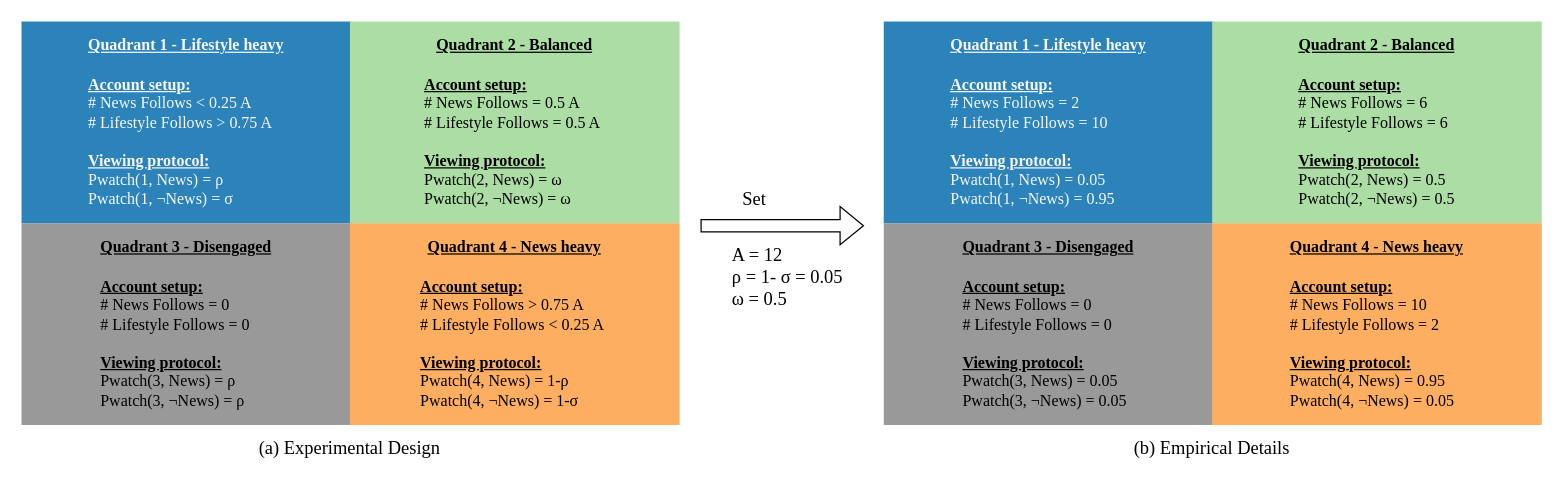
This is square_quads.drawio from changgge/changgge, a draw.io file, before an edit. Source tidied: cells renumbered, new cells numbered last; positions are measured from the earlier drawing's top-left corner, leaving out a move shared by most shapes. Both pictures are drawn from the tidied source at 123%, with x=0, y=0 at pixel (21, 21).
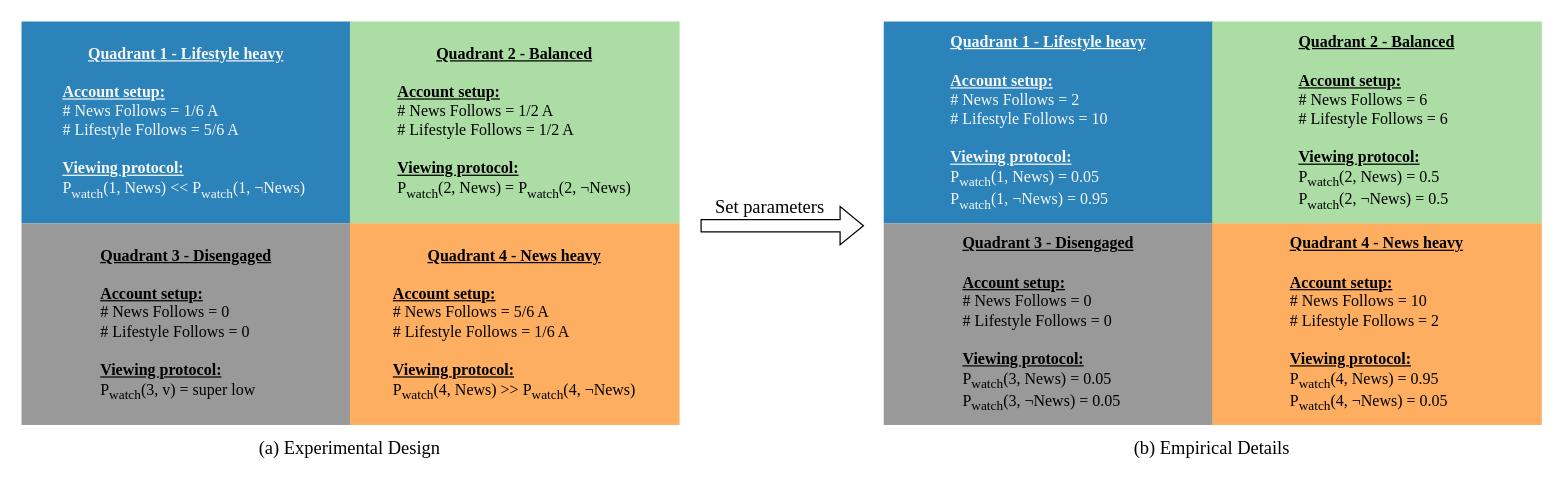
After the change.

Diff of the diagram source:
```diff
@@
 <mxGraphModel>
   <root>
     <mxCell id="0" />
     <mxCell id="1" parent="0" />
-    <mxCell id="2" value="&lt;u&gt;&lt;b&gt;Quadrant 1 - Lifestyle heavy&lt;/b&gt;&lt;/u&gt;&lt;div&gt;&lt;u&gt;&lt;br&gt;&lt;/u&gt;&lt;/div&gt;&lt;div&gt;&lt;div style=&quot;text-align: left;&quot;&gt;&lt;u&gt;&lt;b&gt;Account setup:&lt;/b&gt;&lt;/u&gt;&lt;/div&gt;&lt;div style=&quot;text-align: left;&quot;&gt;# News Follows &amp;lt; 0.25 A&lt;/div&gt;&lt;div&gt;&lt;div style=&quot;text-align: left;&quot;&gt;# Lifestyle Follows &amp;gt; 0.75 A&lt;/div&gt;&lt;div style=&quot;text-align: left;&quot;&gt;&lt;br&gt;&lt;/div&gt;&lt;div style=&quot;text-align: left;&quot;&gt;&lt;u&gt;&lt;b&gt;Viewing protocol:&lt;/b&gt;&lt;/u&gt;&lt;/div&gt;&lt;div style=&quot;text-align: left;&quot;&gt;Pwatch(1, News) =&amp;nbsp;ρ&lt;br&gt;&lt;/div&gt;&lt;/div&gt;&lt;div style=&quot;text-align: left;&quot;&gt;Pwatch(1,&amp;nbsp;&lt;span&gt;¬&lt;/span&gt;News) =&amp;nbsp;&lt;span&gt;σ&lt;/span&gt;&lt;/div&gt;&lt;/div&gt;" style="rounded=0;whiteSpace=wrap;html=1;fillColor=#2B83BA;strokeColor=none;fontColor=#F7F7F7;fontFamily=Times New Roman;fontSize=13;" parent="1" vertex="1">
+    <mxCell id="2" value="&lt;u&gt;&lt;b&gt;Quadrant 1 - Lifestyle heavy&lt;/b&gt;&lt;/u&gt;&lt;div&gt;&lt;u&gt;&lt;br&gt;&lt;/u&gt;&lt;/div&gt;&lt;div&gt;&lt;div style=&quot;text-align: left;&quot;&gt;&lt;u&gt;&lt;b&gt;Account setup:&lt;/b&gt;&lt;/u&gt;&lt;/div&gt;&lt;div style=&quot;text-align: left;&quot;&gt;# News Follows = 1/6 A&lt;/div&gt;&lt;div&gt;&lt;div style=&quot;text-align: left;&quot;&gt;# Lifestyle Follows = 5/6 A&lt;/div&gt;&lt;div style=&quot;text-align: left;&quot;&gt;&lt;br&gt;&lt;/div&gt;&lt;div style=&quot;text-align: left;&quot;&gt;&lt;u&gt;&lt;b&gt;Viewing protocol:&lt;/b&gt;&lt;/u&gt;&lt;/div&gt;&lt;div style=&quot;text-align: left;&quot;&gt;P&lt;sub&gt;watch&lt;/sub&gt;(1, News) &amp;lt;&amp;lt; P&lt;sub&gt;watch&lt;/sub&gt;(1,&amp;nbsp;¬News)&amp;nbsp;&lt;/div&gt;&lt;/div&gt;&lt;/div&gt;" style="rounded=0;whiteSpace=wrap;html=1;fillColor=#2B83BA;strokeColor=none;fontColor=#F7F7F7;fontFamily=Times New Roman;fontSize=13;" parent="1" vertex="1">
       <mxGeometry width="268" height="164" as="geometry" />
     </mxCell>
-    <mxCell id="3" value="&lt;u style=&quot;caret-color: rgb(247, 247, 247);&quot;&gt;&lt;b&gt;Quadrant 2 - Balanced&lt;/b&gt;&lt;/u&gt;&lt;div style=&quot;caret-color: rgb(247, 247, 247);&quot;&gt;&lt;u&gt;&lt;br&gt;&lt;/u&gt;&lt;/div&gt;&lt;div style=&quot;caret-color: rgb(247, 247, 247);&quot;&gt;&lt;div style=&quot;text-align: left;&quot;&gt;&lt;u&gt;&lt;b&gt;Account setup:&lt;/b&gt;&lt;/u&gt;&lt;/div&gt;&lt;div style=&quot;text-align: left;&quot;&gt;&lt;span&gt;# News Follows = 0.5 A&lt;/span&gt;&lt;/div&gt;&lt;div&gt;&lt;div style=&quot;text-align: left;&quot;&gt;&lt;span&gt;# Lifestyle Follows = 0.5 A&amp;nbsp;&lt;/span&gt;&lt;/div&gt;&lt;div style=&quot;text-align: left;&quot;&gt;&lt;span&gt;&lt;br&gt;&lt;/span&gt;&lt;/div&gt;&lt;div style=&quot;text-align: left;&quot;&gt;&lt;u&gt;&lt;b&gt;Viewing protocol:&lt;/b&gt;&lt;/u&gt;&lt;/div&gt;&lt;div style=&quot;text-align: left;&quot;&gt;Pwatch(2, News) =&amp;nbsp;ω&lt;br&gt;&lt;/div&gt;&lt;/div&gt;&lt;div style=&quot;text-align: left;&quot;&gt;&lt;span&gt;Pwatch(2,&amp;nbsp;¬News) =&amp;nbsp;&lt;/span&gt;ω&lt;/div&gt;&lt;/div&gt;" style="rounded=0;whiteSpace=wrap;html=1;fillColor=#ABDDA4;strokeColor=none;fontColor=#000000;fontFamily=Times New Roman;fontSize=13;" parent="1" vertex="1">
+    <mxCell id="3" value="&lt;u style=&quot;caret-color: rgb(247, 247, 247);&quot;&gt;&lt;b&gt;Quadrant 2 - Balanced&lt;/b&gt;&lt;/u&gt;&lt;div style=&quot;caret-color: rgb(247, 247, 247);&quot;&gt;&lt;u&gt;&lt;br&gt;&lt;/u&gt;&lt;/div&gt;&lt;div style=&quot;caret-color: rgb(247, 247, 247);&quot;&gt;&lt;div style=&quot;text-align: left;&quot;&gt;&lt;u&gt;&lt;b&gt;Account setup:&lt;/b&gt;&lt;/u&gt;&lt;/div&gt;&lt;div style=&quot;text-align: left;&quot;&gt;&lt;span&gt;# News Follows = 1/2 A&lt;/span&gt;&lt;/div&gt;&lt;div&gt;&lt;div style=&quot;text-align: left;&quot;&gt;&lt;span&gt;# Lifestyle Follows = 1/2 A&amp;nbsp;&lt;/span&gt;&lt;/div&gt;&lt;div style=&quot;text-align: left;&quot;&gt;&lt;span&gt;&lt;br&gt;&lt;/span&gt;&lt;/div&gt;&lt;div style=&quot;text-align: left;&quot;&gt;&lt;u&gt;&lt;b&gt;Viewing protocol:&lt;/b&gt;&lt;/u&gt;&lt;/div&gt;&lt;div style=&quot;text-align: left;&quot;&gt;&lt;span style=&quot;caret-color: rgb(247, 247, 247);&quot;&gt;P&lt;/span&gt;&lt;sub style=&quot;caret-color: rgb(247, 247, 247);&quot;&gt;watch&lt;/sub&gt;(2, News) =&amp;nbsp;&lt;span style=&quot;caret-color: rgb(247, 247, 247);&quot;&gt;&lt;span style=&quot;caret-color: rgb(247, 247, 247);&quot;&gt;P&lt;/span&gt;&lt;sub style=&quot;caret-color: rgb(247, 247, 247);&quot;&gt;watch&lt;/sub&gt;(2,&amp;nbsp;¬News)&lt;/span&gt;&lt;/div&gt;&lt;/div&gt;&lt;/div&gt;" style="rounded=0;whiteSpace=wrap;html=1;fillColor=#ABDDA4;strokeColor=none;fontColor=#000000;fontFamily=Times New Roman;fontSize=13;" parent="1" vertex="1">
       <mxGeometry x="267" width="268" height="164" as="geometry" />
     </mxCell>
-    <mxCell id="4" value="&lt;u style=&quot;caret-color: rgb(247, 247, 247);&quot;&gt;&lt;b&gt;Quadrant 3 - Disengaged&lt;/b&gt;&lt;/u&gt;&lt;div style=&quot;caret-color: rgb(247, 247, 247);&quot;&gt;&lt;u&gt;&lt;br&gt;&lt;/u&gt;&lt;/div&gt;&lt;div style=&quot;caret-color: rgb(247, 247, 247);&quot;&gt;&lt;div style=&quot;text-align: left;&quot;&gt;&lt;u&gt;&lt;b&gt;Account setup:&lt;/b&gt;&lt;/u&gt;&lt;/div&gt;&lt;div style=&quot;text-align: left;&quot;&gt;# News Follows = 0&lt;/div&gt;&lt;div&gt;&lt;div style=&quot;text-align: left;&quot;&gt;# Lifestyle Follows = 0&lt;/div&gt;&lt;div style=&quot;text-align: left;&quot;&gt;&lt;br&gt;&lt;/div&gt;&lt;div style=&quot;text-align: left;&quot;&gt;&lt;u&gt;&lt;b&gt;Viewing protocol:&lt;/b&gt;&lt;/u&gt;&lt;/div&gt;&lt;div style=&quot;text-align: left;&quot;&gt;Pwatch(3, News) =&amp;nbsp;ρ&lt;br&gt;&lt;/div&gt;&lt;/div&gt;&lt;div style=&quot;text-align: left;&quot;&gt;Pwatch(3,&amp;nbsp;¬News) = ρ&lt;/div&gt;&lt;/div&gt;" style="rounded=0;whiteSpace=wrap;html=1;fillColor=#999999;strokeColor=none;fontColor=#000000;fontFamily=Times New Roman;fontSize=13;" parent="1" vertex="1">
+    <mxCell id="4" value="&lt;u style=&quot;caret-color: rgb(247, 247, 247);&quot;&gt;&lt;b style=&quot;color: rgb(0, 0, 0);&quot;&gt;Quadrant 3 - Disengaged&lt;/b&gt;&lt;/u&gt;&lt;div style=&quot;caret-color: rgb(247, 247, 247);&quot;&gt;&lt;u style=&quot;color: rgb(0, 0, 0);&quot;&gt;&lt;br&gt;&lt;/u&gt;&lt;/div&gt;&lt;div style=&quot;caret-color: rgb(247, 247, 247);&quot;&gt;&lt;div style=&quot;text-align: left;&quot;&gt;&lt;u&gt;&lt;b style=&quot;color: rgb(0, 0, 0);&quot;&gt;Account setup:&lt;/b&gt;&lt;/u&gt;&lt;/div&gt;&lt;div style=&quot;text-align: left;&quot;&gt;&lt;span style=&quot;color: rgb(0, 0, 0);&quot;&gt;# News Follows = 0&lt;/span&gt;&lt;/div&gt;&lt;div&gt;&lt;div style=&quot;text-align: left;&quot;&gt;&lt;span style=&quot;color: rgb(0, 0, 0);&quot;&gt;# Lifestyle Follows = 0&lt;/span&gt;&lt;/div&gt;&lt;div style=&quot;text-align: left;&quot;&gt;&lt;span style=&quot;color: rgb(0, 0, 0);&quot;&gt;&lt;br&gt;&lt;/span&gt;&lt;/div&gt;&lt;div style=&quot;text-align: left;&quot;&gt;&lt;u&gt;&lt;b style=&quot;color: rgb(0, 0, 0);&quot;&gt;Viewing protocol:&lt;/b&gt;&lt;/u&gt;&lt;/div&gt;&lt;div style=&quot;text-align: left;&quot;&gt;&lt;span style=&quot;color: rgb(0, 0, 0);&quot;&gt;&lt;span style=&quot;caret-color: rgb(247, 247, 247);&quot;&gt;P&lt;/span&gt;&lt;sub style=&quot;caret-color: rgb(247, 247, 247);&quot;&gt;watch&lt;/sub&gt;(3, v&lt;span style=&quot;caret-color: rgb(247, 247, 247);&quot;&gt;) = super low&lt;/span&gt;&lt;/span&gt;&lt;/div&gt;&lt;/div&gt;&lt;/div&gt;" style="rounded=0;whiteSpace=wrap;html=1;fillColor=#999999;strokeColor=none;fontColor=#000000;fontFamily=Times New Roman;fontSize=13;" parent="1" vertex="1">
       <mxGeometry y="164" width="268" height="164" as="geometry" />
     </mxCell>
-    <mxCell id="5" value="&lt;u&gt;&lt;b&gt;Quadrant 4 - News heavy&lt;/b&gt;&lt;/u&gt;&lt;div&gt;&lt;u&gt;&lt;br&gt;&lt;/u&gt;&lt;/div&gt;&lt;div&gt;&lt;div style=&quot;text-align: left;&quot;&gt;&lt;u&gt;&lt;b&gt;Account setup:&lt;/b&gt;&lt;/u&gt;&lt;/div&gt;&lt;div style=&quot;text-align: left;&quot;&gt;# News Follows &amp;gt; 0.75 A&lt;/div&gt;&lt;div&gt;&lt;div style=&quot;text-align: left;&quot;&gt;# Lifestyle Follows &amp;lt; 0.25 A&amp;nbsp;&lt;/div&gt;&lt;div style=&quot;text-align: left;&quot;&gt;&lt;br&gt;&lt;/div&gt;&lt;div style=&quot;text-align: left;&quot;&gt;&lt;u&gt;&lt;b&gt;Viewing protocol:&lt;/b&gt;&lt;/u&gt;&lt;/div&gt;&lt;div style=&quot;text-align: left;&quot;&gt;Pwatch(4, News) = 1-ρ&lt;br&gt;&lt;/div&gt;&lt;/div&gt;&lt;div style=&quot;text-align: left;&quot;&gt;Pwatch(4,&amp;nbsp;¬News) = 1-σ&lt;/div&gt;&lt;/div&gt;" style="rounded=0;whiteSpace=wrap;html=1;fillColor=#FDAE61;strokeColor=none;fontColor=#000000;fontFamily=Times New Roman;fontSize=13;" parent="1" vertex="1">
+    <mxCell id="5" value="&lt;u&gt;&lt;b&gt;Quadrant 4 - News heavy&lt;/b&gt;&lt;/u&gt;&lt;div&gt;&lt;u&gt;&lt;br&gt;&lt;/u&gt;&lt;/div&gt;&lt;div&gt;&lt;div style=&quot;text-align: left;&quot;&gt;&lt;u&gt;&lt;b&gt;Account setup:&lt;/b&gt;&lt;/u&gt;&lt;/div&gt;&lt;div style=&quot;text-align: left;&quot;&gt;# News Follows = 5/6 A&lt;/div&gt;&lt;div&gt;&lt;div style=&quot;text-align: left;&quot;&gt;# Lifestyle Follows = 1/6 A&amp;nbsp;&lt;/div&gt;&lt;div style=&quot;text-align: left;&quot;&gt;&lt;br&gt;&lt;/div&gt;&lt;div style=&quot;text-align: left;&quot;&gt;&lt;u&gt;&lt;b&gt;Viewing protocol:&lt;/b&gt;&lt;/u&gt;&lt;/div&gt;&lt;div style=&quot;text-align: left;&quot;&gt;&lt;span style=&quot;caret-color: rgb(247, 247, 247);&quot;&gt;P&lt;/span&gt;&lt;sub style=&quot;caret-color: rgb(247, 247, 247);&quot;&gt;watch&lt;/sub&gt;(4, News) &amp;gt;&amp;gt;&amp;nbsp;&lt;span style=&quot;caret-color: rgb(247, 247, 247);&quot;&gt;P&lt;/span&gt;&lt;sub style=&quot;caret-color: rgb(247, 247, 247);&quot;&gt;watch&lt;/sub&gt;(4,&amp;nbsp;¬News)&lt;/div&gt;&lt;/div&gt;&lt;/div&gt;" style="rounded=0;whiteSpace=wrap;html=1;fillColor=#FDAE61;strokeColor=none;fontColor=#000000;fontFamily=Times New Roman;fontSize=13;" parent="1" vertex="1">
       <mxGeometry x="267" y="164" width="268" height="164" as="geometry" />
     </mxCell>
     <mxCell id="6" value="(a) Experimental Design" style="text;html=1;align=center;verticalAlign=middle;whiteSpace=wrap;rounded=0;fontFamily=Times New Roman;fontSize=15;" parent="1" vertex="1">
       <mxGeometry x="172" y="331" width="190" height="30" as="geometry" />
     </mxCell>
-    <mxCell id="7" value="&lt;u&gt;&lt;b&gt;Quadrant 1 - Lifestyle heavy&lt;/b&gt;&lt;/u&gt;&lt;div&gt;&lt;u&gt;&lt;br&gt;&lt;/u&gt;&lt;/div&gt;&lt;div&gt;&lt;div style=&quot;text-align: left;&quot;&gt;&lt;u&gt;&lt;b&gt;Account setup:&lt;/b&gt;&lt;/u&gt;&lt;/div&gt;&lt;div style=&quot;text-align: left;&quot;&gt;# News Follows = 2&lt;/div&gt;&lt;div&gt;&lt;div style=&quot;text-align: left;&quot;&gt;# Lifestyle Follows = 10&lt;/div&gt;&lt;div style=&quot;text-align: left;&quot;&gt;&lt;br&gt;&lt;/div&gt;&lt;div style=&quot;text-align: left;&quot;&gt;&lt;u&gt;&lt;b&gt;Viewing protocol:&lt;/b&gt;&lt;/u&gt;&lt;/div&gt;&lt;div style=&quot;text-align: left;&quot;&gt;Pwatch(1, News) = 0.05&lt;br&gt;&lt;/div&gt;&lt;/div&gt;&lt;div style=&quot;text-align: left;&quot;&gt;Pwatch(1,&amp;nbsp;&lt;span&gt;¬&lt;/span&gt;News) = 0.95&lt;/div&gt;&lt;/div&gt;" style="rounded=0;whiteSpace=wrap;html=1;fillColor=#2B83BA;strokeColor=none;fontColor=#F7F7F7;fontFamily=Times New Roman;fontSize=13;" parent="1" vertex="1">
+    <mxCell id="7" value="&lt;u&gt;&lt;b&gt;Quadrant 1 - Lifestyle heavy&lt;/b&gt;&lt;/u&gt;&lt;div&gt;&lt;u&gt;&lt;br&gt;&lt;/u&gt;&lt;/div&gt;&lt;div&gt;&lt;div style=&quot;text-align: left;&quot;&gt;&lt;u&gt;&lt;b&gt;Account setup:&lt;/b&gt;&lt;/u&gt;&lt;/div&gt;&lt;div style=&quot;text-align: left;&quot;&gt;# News Follows = 2&lt;/div&gt;&lt;div&gt;&lt;div style=&quot;text-align: left;&quot;&gt;# Lifestyle Follows = 10&lt;/div&gt;&lt;div style=&quot;text-align: left;&quot;&gt;&lt;br&gt;&lt;/div&gt;&lt;div style=&quot;text-align: left;&quot;&gt;&lt;u&gt;&lt;b&gt;Viewing protocol:&lt;/b&gt;&lt;/u&gt;&lt;/div&gt;&lt;div style=&quot;text-align: left;&quot;&gt;P&lt;sub&gt;watch&lt;/sub&gt;(1, News) = 0.05&lt;br&gt;&lt;/div&gt;&lt;/div&gt;&lt;div style=&quot;text-align: left;&quot;&gt;P&lt;sub&gt;watch&lt;/sub&gt;(1,&amp;nbsp;&lt;span&gt;¬&lt;/span&gt;News) = 0.95&lt;/div&gt;&lt;/div&gt;" style="rounded=0;whiteSpace=wrap;html=1;fillColor=#2B83BA;strokeColor=none;fontColor=#F7F7F7;fontFamily=Times New Roman;fontSize=13;" parent="1" vertex="1">
       <mxGeometry x="701" width="268" height="164" as="geometry" />
     </mxCell>
-    <mxCell id="8" value="&lt;u style=&quot;caret-color: rgb(247, 247, 247);&quot;&gt;&lt;b&gt;Quadrant 2 - Balanced&lt;/b&gt;&lt;/u&gt;&lt;div style=&quot;caret-color: rgb(247, 247, 247);&quot;&gt;&lt;u&gt;&lt;br&gt;&lt;/u&gt;&lt;/div&gt;&lt;div style=&quot;caret-color: rgb(247, 247, 247);&quot;&gt;&lt;div style=&quot;text-align: left;&quot;&gt;&lt;u&gt;&lt;b&gt;Account setup:&lt;/b&gt;&lt;/u&gt;&lt;/div&gt;&lt;div style=&quot;text-align: left;&quot;&gt;&lt;span&gt;# News Follows = 6&lt;/span&gt;&lt;/div&gt;&lt;div&gt;&lt;div style=&quot;text-align: left;&quot;&gt;&lt;span&gt;# Lifestyle Follows = 6&amp;nbsp;&lt;/span&gt;&lt;/div&gt;&lt;div style=&quot;text-align: left;&quot;&gt;&lt;span&gt;&lt;br&gt;&lt;/span&gt;&lt;/div&gt;&lt;div style=&quot;text-align: left;&quot;&gt;&lt;u&gt;&lt;b&gt;Viewing protocol:&lt;/b&gt;&lt;/u&gt;&lt;/div&gt;&lt;div style=&quot;text-align: left;&quot;&gt;Pwatch(2, News) =&amp;nbsp;0.5&lt;br&gt;&lt;/div&gt;&lt;/div&gt;&lt;div style=&quot;text-align: left;&quot;&gt;&lt;span&gt;Pwatch(2,&amp;nbsp;¬News) = 0.5&lt;/span&gt;&lt;/div&gt;&lt;/div&gt;" style="rounded=0;whiteSpace=wrap;html=1;fillColor=#ABDDA4;strokeColor=none;fontColor=#000000;fontFamily=Times New Roman;fontSize=13;" parent="1" vertex="1">
+    <mxCell id="8" value="&lt;u style=&quot;caret-color: rgb(247, 247, 247);&quot;&gt;&lt;b&gt;Quadrant 2 - Balanced&lt;/b&gt;&lt;/u&gt;&lt;div style=&quot;caret-color: rgb(247, 247, 247);&quot;&gt;&lt;u&gt;&lt;br&gt;&lt;/u&gt;&lt;/div&gt;&lt;div style=&quot;caret-color: rgb(247, 247, 247);&quot;&gt;&lt;div style=&quot;text-align: left;&quot;&gt;&lt;u&gt;&lt;b&gt;Account setup:&lt;/b&gt;&lt;/u&gt;&lt;/div&gt;&lt;div style=&quot;text-align: left;&quot;&gt;&lt;span&gt;# News Follows = 6&lt;/span&gt;&lt;/div&gt;&lt;div&gt;&lt;div style=&quot;text-align: left;&quot;&gt;&lt;span&gt;# Lifestyle Follows = 6&amp;nbsp;&lt;/span&gt;&lt;/div&gt;&lt;div style=&quot;text-align: left;&quot;&gt;&lt;span&gt;&lt;br&gt;&lt;/span&gt;&lt;/div&gt;&lt;div style=&quot;text-align: left;&quot;&gt;&lt;u&gt;&lt;b&gt;Viewing protocol:&lt;/b&gt;&lt;/u&gt;&lt;/div&gt;&lt;div style=&quot;text-align: left;&quot;&gt;&lt;span style=&quot;caret-color: rgb(247, 247, 247);&quot;&gt;P&lt;/span&gt;&lt;sub style=&quot;caret-color: rgb(247, 247, 247);&quot;&gt;watch&lt;/sub&gt;(2, News) =&amp;nbsp;0.5&lt;br&gt;&lt;/div&gt;&lt;/div&gt;&lt;div style=&quot;text-align: left;&quot;&gt;&lt;span style=&quot;caret-color: rgb(247, 247, 247);&quot;&gt;P&lt;/span&gt;&lt;sub style=&quot;caret-color: rgb(247, 247, 247);&quot;&gt;watch&lt;/sub&gt;&lt;span&gt;(2,&amp;nbsp;¬News) = 0.5&lt;/span&gt;&lt;/div&gt;&lt;/div&gt;" style="rounded=0;whiteSpace=wrap;html=1;fillColor=#ABDDA4;strokeColor=none;fontColor=#000000;fontFamily=Times New Roman;fontSize=13;" parent="1" vertex="1">
       <mxGeometry x="968" width="268" height="164" as="geometry" />
     </mxCell>
-    <mxCell id="9" value="&lt;u style=&quot;caret-color: rgb(247, 247, 247);&quot;&gt;&lt;b&gt;Quadrant 3 - Disengaged&lt;/b&gt;&lt;/u&gt;&lt;div style=&quot;caret-color: rgb(247, 247, 247);&quot;&gt;&lt;u&gt;&lt;br&gt;&lt;/u&gt;&lt;/div&gt;&lt;div style=&quot;caret-color: rgb(247, 247, 247);&quot;&gt;&lt;div style=&quot;text-align: left;&quot;&gt;&lt;u&gt;&lt;b&gt;Account setup:&lt;/b&gt;&lt;/u&gt;&lt;/div&gt;&lt;div style=&quot;text-align: left;&quot;&gt;# News Follows = 0&lt;/div&gt;&lt;div&gt;&lt;div style=&quot;text-align: left;&quot;&gt;# Lifestyle Follows = 0&lt;/div&gt;&lt;div style=&quot;text-align: left;&quot;&gt;&lt;br&gt;&lt;/div&gt;&lt;div style=&quot;text-align: left;&quot;&gt;&lt;u&gt;&lt;b&gt;Viewing protocol:&lt;/b&gt;&lt;/u&gt;&lt;/div&gt;&lt;div style=&quot;text-align: left;&quot;&gt;Pwatch(3, News) = 0.05&lt;br&gt;&lt;/div&gt;&lt;/div&gt;&lt;div style=&quot;text-align: left;&quot;&gt;Pwatch(3,&amp;nbsp;¬News) = 0.05&lt;/div&gt;&lt;/div&gt;" style="rounded=0;whiteSpace=wrap;html=1;fillColor=#999999;strokeColor=none;fontColor=#000000;fontFamily=Times New Roman;fontSize=13;" parent="1" vertex="1">
+    <mxCell id="9" value="&lt;u style=&quot;caret-color: rgb(247, 247, 247);&quot;&gt;&lt;b&gt;Quadrant 3 - Disengaged&lt;/b&gt;&lt;/u&gt;&lt;div style=&quot;caret-color: rgb(247, 247, 247);&quot;&gt;&lt;u&gt;&lt;br&gt;&lt;/u&gt;&lt;/div&gt;&lt;div style=&quot;caret-color: rgb(247, 247, 247);&quot;&gt;&lt;div style=&quot;text-align: left;&quot;&gt;&lt;u&gt;&lt;b&gt;Account setup:&lt;/b&gt;&lt;/u&gt;&lt;/div&gt;&lt;div style=&quot;text-align: left;&quot;&gt;# News Follows = 0&lt;/div&gt;&lt;div&gt;&lt;div style=&quot;text-align: left;&quot;&gt;# Lifestyle Follows = 0&lt;/div&gt;&lt;div style=&quot;text-align: left;&quot;&gt;&lt;br&gt;&lt;/div&gt;&lt;div style=&quot;text-align: left;&quot;&gt;&lt;u&gt;&lt;b&gt;Viewing protocol:&lt;/b&gt;&lt;/u&gt;&lt;/div&gt;&lt;div style=&quot;text-align: left;&quot;&gt;&lt;span style=&quot;caret-color: rgb(247, 247, 247);&quot;&gt;P&lt;/span&gt;&lt;sub style=&quot;caret-color: rgb(247, 247, 247);&quot;&gt;watch&lt;/sub&gt;(3, News) = 0.05&lt;br&gt;&lt;/div&gt;&lt;/div&gt;&lt;div style=&quot;text-align: left;&quot;&gt;&lt;span style=&quot;caret-color: rgb(247, 247, 247);&quot;&gt;P&lt;/span&gt;&lt;sub style=&quot;caret-color: rgb(247, 247, 247);&quot;&gt;watch&lt;/sub&gt;(3,&amp;nbsp;¬News) = 0.05&lt;/div&gt;&lt;/div&gt;" style="rounded=0;whiteSpace=wrap;html=1;fillColor=#999999;strokeColor=none;fontColor=#000000;fontFamily=Times New Roman;fontSize=13;" parent="1" vertex="1">
       <mxGeometry x="701" y="164" width="268" height="164" as="geometry" />
     </mxCell>
-    <mxCell id="10" value="&lt;u&gt;&lt;b&gt;Quadrant 4 - News heavy&lt;/b&gt;&lt;/u&gt;&lt;div&gt;&lt;u&gt;&lt;br&gt;&lt;/u&gt;&lt;/div&gt;&lt;div&gt;&lt;div style=&quot;text-align: left;&quot;&gt;&lt;u&gt;&lt;b&gt;Account setup:&lt;/b&gt;&lt;/u&gt;&lt;/div&gt;&lt;div style=&quot;text-align: left;&quot;&gt;# News Follows = 10&lt;/div&gt;&lt;div&gt;&lt;div style=&quot;text-align: left;&quot;&gt;# Lifestyle Follows = 2&lt;/div&gt;&lt;div style=&quot;text-align: left;&quot;&gt;&lt;br&gt;&lt;/div&gt;&lt;div style=&quot;text-align: left;&quot;&gt;&lt;u&gt;&lt;b&gt;Viewing protocol:&lt;/b&gt;&lt;/u&gt;&lt;/div&gt;&lt;div style=&quot;text-align: left;&quot;&gt;Pwatch(4, News) = 0.95&lt;br&gt;&lt;/div&gt;&lt;/div&gt;&lt;div style=&quot;text-align: left;&quot;&gt;Pwatch(4,&amp;nbsp;¬News) = 0.05&lt;/div&gt;&lt;/div&gt;" style="rounded=0;whiteSpace=wrap;html=1;fillColor=#FDAE61;strokeColor=none;fontColor=#000000;fontFamily=Times New Roman;fontSize=13;" parent="1" vertex="1">
+    <mxCell id="10" value="&lt;u&gt;&lt;b&gt;Quadrant 4 - News heavy&lt;/b&gt;&lt;/u&gt;&lt;div&gt;&lt;u&gt;&lt;br&gt;&lt;/u&gt;&lt;/div&gt;&lt;div&gt;&lt;div style=&quot;text-align: left;&quot;&gt;&lt;u&gt;&lt;b&gt;Account setup:&lt;/b&gt;&lt;/u&gt;&lt;/div&gt;&lt;div style=&quot;text-align: left;&quot;&gt;# News Follows = 10&lt;/div&gt;&lt;div&gt;&lt;div style=&quot;text-align: left;&quot;&gt;# Lifestyle Follows = 2&lt;/div&gt;&lt;div style=&quot;text-align: left;&quot;&gt;&lt;br&gt;&lt;/div&gt;&lt;div style=&quot;text-align: left;&quot;&gt;&lt;u&gt;&lt;b&gt;Viewing protocol:&lt;/b&gt;&lt;/u&gt;&lt;/div&gt;&lt;div style=&quot;text-align: left;&quot;&gt;&lt;span style=&quot;caret-color: rgb(247, 247, 247);&quot;&gt;P&lt;/span&gt;&lt;sub style=&quot;caret-color: rgb(247, 247, 247);&quot;&gt;watch&lt;/sub&gt;(4, News) = 0.95&lt;br&gt;&lt;/div&gt;&lt;/div&gt;&lt;div style=&quot;text-align: left;&quot;&gt;&lt;span style=&quot;caret-color: rgb(247, 247, 247);&quot;&gt;P&lt;/span&gt;&lt;sub style=&quot;caret-color: rgb(247, 247, 247);&quot;&gt;watch&lt;/sub&gt;(4,&amp;nbsp;¬News) = 0.05&lt;/div&gt;&lt;/div&gt;" style="rounded=0;whiteSpace=wrap;html=1;fillColor=#FDAE61;strokeColor=none;fontColor=#000000;fontFamily=Times New Roman;fontSize=13;" parent="1" vertex="1">
       <mxGeometry x="968" y="164" width="268" height="164" as="geometry" />
     </mxCell>
     <mxCell id="11" value="(b) Empirical Details" style="text;html=1;align=center;verticalAlign=middle;whiteSpace=wrap;rounded=0;fontFamily=Times New Roman;fontSize=15;" parent="1" vertex="1">
       <mxGeometry x="873" y="331" width="190" height="30" as="geometry" />
     </mxCell>
     <mxCell id="12" style="shape=flexArrow;endArrow=classic;html=1;rounded=0;" parent="1" edge="1">
       <mxGeometry relative="1" as="geometry">
         <mxPoint x="552" y="166" as="sourcePoint" />
         <mxPoint x="685" y="166" as="targetPoint" />
       </mxGeometry>
     </mxCell>
-    <mxCell id="13" value="Set" style="text;html=1;align=center;verticalAlign=middle;whiteSpace=wrap;rounded=0;fontSize=15;fontFamily=Times New Roman;" parent="1" vertex="1">
-      <mxGeometry x="566" y="129" width="60" height="30" as="geometry" />
+    <mxCell id="13" value="Set parameters&amp;nbsp;" style="text;html=1;align=center;verticalAlign=middle;whiteSpace=wrap;rounded=0;fontSize=15;fontFamily=Times New Roman;" parent="1" vertex="1">
+      <mxGeometry x="558" y="135" width="105" height="30" as="geometry" />
     </mxCell>
-    <mxCell id="14" value="&lt;span&gt;A = 12&amp;nbsp;&lt;/span&gt;&lt;div&gt;&lt;span&gt;&lt;span style=&quot;caret-color: rgb(247, 247, 247);&quot;&gt;ρ = 1-&amp;nbsp;&lt;/span&gt;&lt;span style=&quot;caret-color: rgb(247, 247, 247);&quot;&gt;σ = 0.05&lt;/span&gt;&lt;/span&gt;&lt;/div&gt;&lt;div&gt;&lt;span&gt;&lt;span style=&quot;caret-color: rgb(247, 247, 247);&quot;&gt;ω = 0.5&lt;/span&gt;&lt;/span&gt;&lt;br&gt;&lt;/div&gt;" style="text;html=1;align=left;verticalAlign=middle;whiteSpace=wrap;rounded=0;fontColor=default;fontSize=15;fontFamily=Times New Roman;" parent="1" vertex="1">
-      <mxGeometry x="576" y="192" width="125" height="30" as="geometry" />
-    </mxCell>
   </root>
 </mxGraphModel>
```
